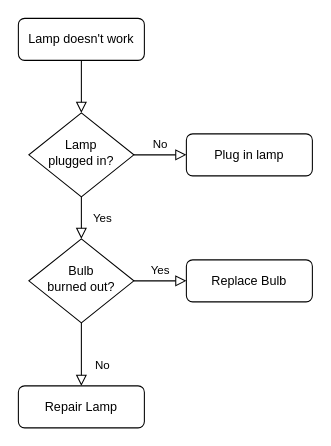
InovaTech960/projeto-JDUBER-johndeer keeps this draw.io diagram as Diagrama sem nome.drawio. Above is the earlier version. Source tidied: cells renumbered, new cells numbered last; positions are measured from the earlier drawing's top-left corner, leaving out a move shared by most shapes. Both pictures are drawn from the tidied source at 105%, with x=0, y=0 at pixel (18, 18).
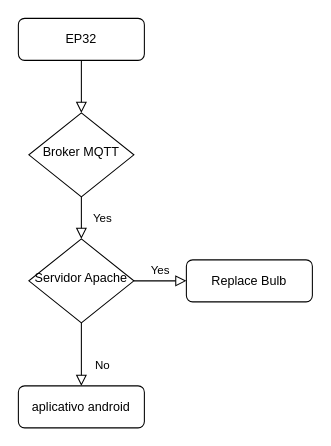
After the change.

Change to the diagram source:
```diff
@@
 <mxGraphModel>
   <root>
     <mxCell id="0" />
     <mxCell id="1" parent="0" />
     <mxCell id="2" style="rounded=0;html=1;jettySize=auto;fontSize=11;endArrow=block;endFill=0;endSize=8;strokeWidth=1;shadow=0;labelBackgroundColor=none;edgeStyle=orthogonalEdgeStyle;" parent="1" edge="1" source="3" target="6">
       <mxGeometry relative="1" as="geometry" />
     </mxCell>
-    <mxCell id="3" value="Lamp doesn't work" style="rounded=1;whiteSpace=wrap;html=1;fontSize=12;glass=0;strokeWidth=1;shadow=0;" parent="1" vertex="1">
+    <mxCell id="3" value="EP32" style="rounded=1;whiteSpace=wrap;html=1;fontSize=12;glass=0;strokeWidth=1;shadow=0;" parent="1" vertex="1">
       <mxGeometry width="120" height="40" as="geometry" />
     </mxCell>
     <mxCell id="4" value="Yes" style="rounded=0;html=1;jettySize=auto;fontSize=11;endArrow=block;endFill=0;endSize=8;strokeWidth=1;shadow=0;labelBackgroundColor=none;edgeStyle=orthogonalEdgeStyle;" parent="1" edge="1" source="6" target="10">
       <mxGeometry y="20" relative="1" as="geometry" />
     </mxCell>
-    <mxCell id="5" value="No" style="edgeStyle=orthogonalEdgeStyle;rounded=0;html=1;jettySize=auto;fontSize=11;endArrow=block;endFill=0;endSize=8;strokeWidth=1;shadow=0;labelBackgroundColor=none;" parent="1" edge="1" source="6" target="7">
-      <mxGeometry y="10" relative="1" as="geometry" />
-    </mxCell>
-    <mxCell id="6" value="Lamp&lt;br&gt;plugged in?" style="rhombus;whiteSpace=wrap;html=1;shadow=0;fontFamily=Helvetica;fontSize=12;align=center;strokeWidth=1;spacing=6;spacingTop=-4;" parent="1" vertex="1">
+    <mxCell id="6" value="Broker MQTT" style="rhombus;whiteSpace=wrap;html=1;shadow=0;fontFamily=Helvetica;fontSize=12;align=center;strokeWidth=1;spacing=6;spacingTop=-4;" parent="1" vertex="1">
       <mxGeometry x="10" y="90" width="100" height="80" as="geometry" />
     </mxCell>
-    <mxCell id="7" value="Plug in lamp" style="rounded=1;whiteSpace=wrap;html=1;fontSize=12;glass=0;strokeWidth=1;shadow=0;" parent="1" vertex="1">
-      <mxGeometry x="160" y="110" width="120" height="40" as="geometry" />
-    </mxCell>
     <mxCell id="8" value="No" style="rounded=0;html=1;jettySize=auto;fontSize=11;endArrow=block;endFill=0;endSize=8;strokeWidth=1;shadow=0;labelBackgroundColor=none;edgeStyle=orthogonalEdgeStyle;" parent="1" edge="1" source="10" target="11">
       <mxGeometry x="0.33" y="20" relative="1" as="geometry" />
     </mxCell>
     <mxCell id="9" value="Yes" style="edgeStyle=orthogonalEdgeStyle;rounded=0;html=1;jettySize=auto;fontSize=11;endArrow=block;endFill=0;endSize=8;strokeWidth=1;shadow=0;labelBackgroundColor=none;" parent="1" edge="1" source="10" target="12">
       <mxGeometry y="10" relative="1" as="geometry" />
     </mxCell>
-    <mxCell id="10" value="Bulb&lt;br&gt;burned out?" style="rhombus;whiteSpace=wrap;html=1;shadow=0;fontFamily=Helvetica;fontSize=12;align=center;strokeWidth=1;spacing=6;spacingTop=-4;" parent="1" vertex="1">
+    <mxCell id="10" value="Servidor Apache" style="rhombus;whiteSpace=wrap;html=1;shadow=0;fontFamily=Helvetica;fontSize=12;align=center;strokeWidth=1;spacing=6;spacingTop=-4;" parent="1" vertex="1">
       <mxGeometry x="10" y="210" width="100" height="80" as="geometry" />
     </mxCell>
-    <mxCell id="11" value="Repair Lamp" style="rounded=1;whiteSpace=wrap;html=1;fontSize=12;glass=0;strokeWidth=1;shadow=0;" parent="1" vertex="1">
+    <mxCell id="11" value="aplicativo android" style="rounded=1;whiteSpace=wrap;html=1;fontSize=12;glass=0;strokeWidth=1;shadow=0;" parent="1" vertex="1">
       <mxGeometry y="350" width="120" height="40" as="geometry" />
     </mxCell>
     <mxCell id="12" value="Replace Bulb" style="rounded=1;whiteSpace=wrap;html=1;fontSize=12;glass=0;strokeWidth=1;shadow=0;" parent="1" vertex="1">
       <mxGeometry x="160" y="230" width="120" height="40" as="geometry" />
     </mxCell>
   </root>
 </mxGraphModel>
```
